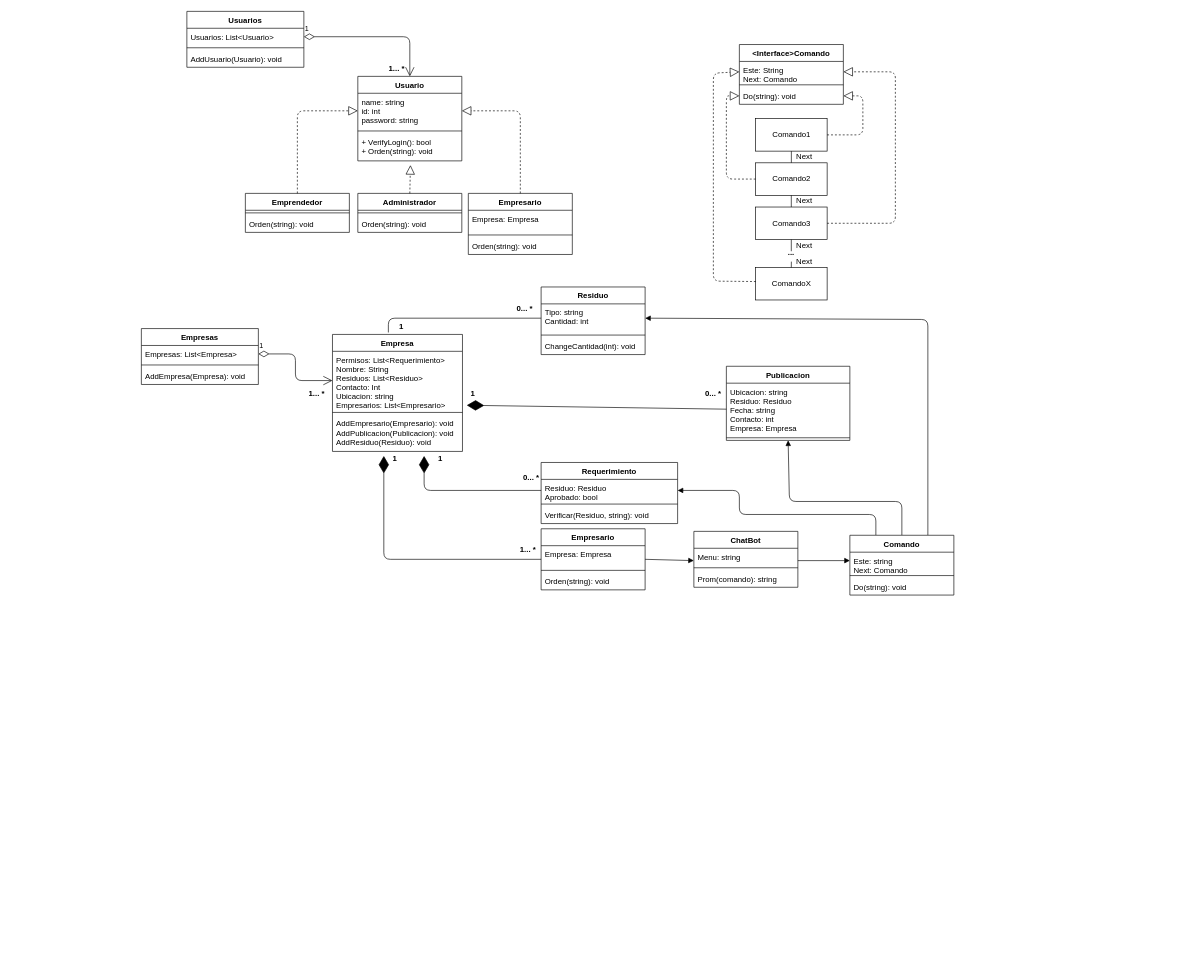
This is docs/Diagrama_UML.drawio from SanFerri/Proyecto-Programacion-II, a draw.io file, before an edit. Source tidied: cells renumbered, new cells numbered last; positions are measured from the earlier drawing's top-left corner, leaving out a move shared by most shapes. Both pictures are drawn from the tidied source at 65%, with x=0, y=0 at pixel (141, 11).
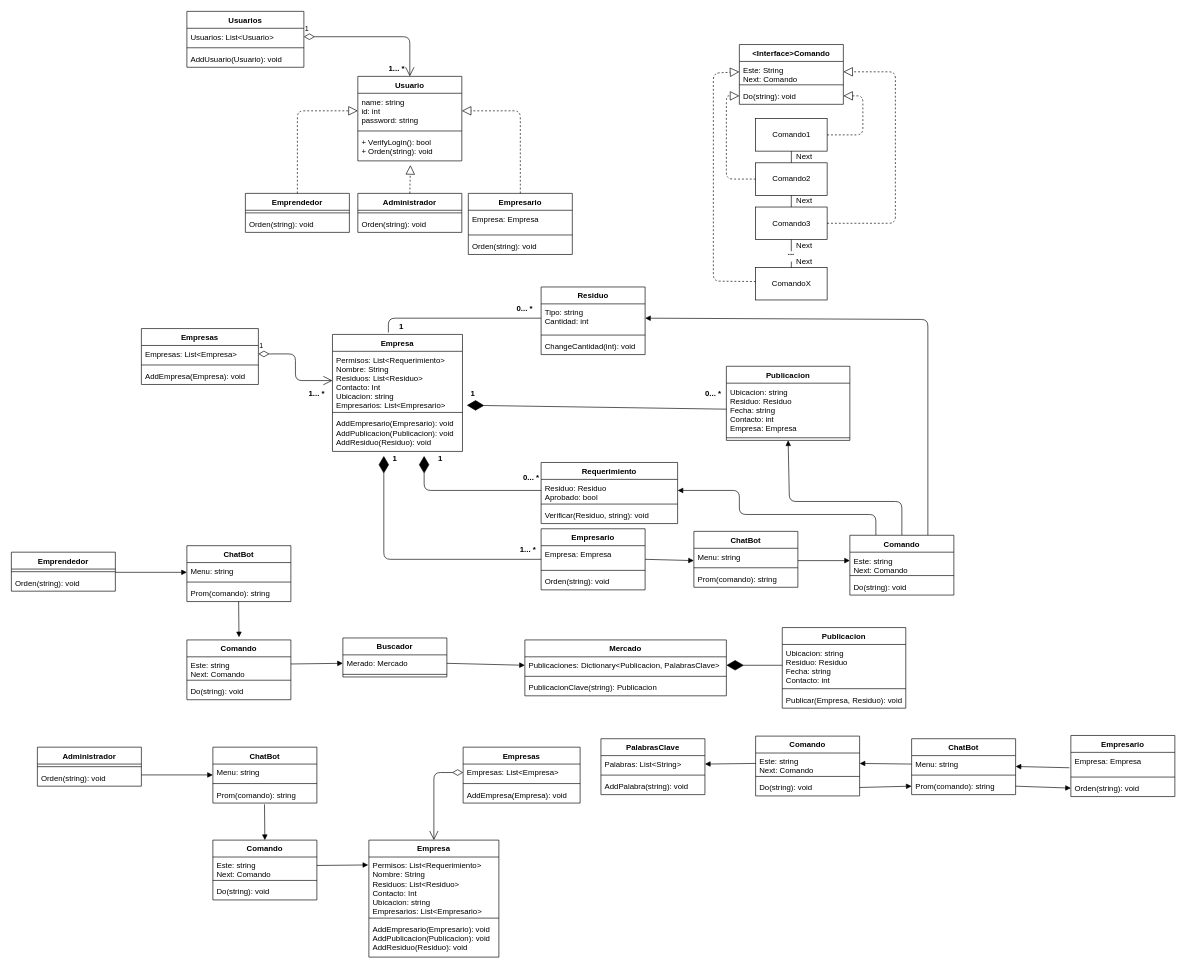
The same page after the edit.

Commit message:
Parte 2 diagrama

What changed in the source:
```diff
@@
+    <mxCell id="96" value="PalabrasClave" style="swimlane;fontStyle=1;align=center;verticalAlign=top;horizontal=1;startSize=26;" parent="1" vertex="1">
+      <mxGeometry x="707" y="1119" width="160" height="86" as="geometry" />
+    </mxCell>
+    <mxCell id="97" value="Palabras: List&lt;String&gt;" style="text;strokeColor=none;fillColor=none;align=left;verticalAlign=top;spacingLeft=4;spacingRight=4;overflow=hidden;points=[[0,0.5],[1,0.5]];portConstraint=eastwest;" parent="96" vertex="1">
+      <mxGeometry y="26" width="160" height="26" as="geometry" />
+    </mxCell>
+    <mxCell id="98" style="line;strokeWidth=1;fillColor=none;align=left;verticalAlign=middle;spacingTop=-1;spacingLeft=3;spacingRight=3;labelPosition=right;" parent="96" vertex="1">
+      <mxGeometry y="52" width="160" height="8" as="geometry" />
+    </mxCell>
+    <mxCell id="99" value="AddPalabra(string): void" style="text;strokeColor=none;fillColor=none;align=left;verticalAlign=top;spacingLeft=4;spacingRight=4;overflow=hidden;" parent="96" vertex="1">
+      <mxGeometry y="60" width="160" height="26" as="geometry" />
+    </mxCell>
+    <mxCell id="100" value="ChatBot" style="swimlane;fontStyle=1;align=center;verticalAlign=top;horizontal=1;startSize=26;" parent="1" vertex="1">
+      <mxGeometry x="1185" y="1119" width="160" height="86" as="geometry" />
+    </mxCell>
+    <mxCell id="101" value="Menu: string" style="text;strokeColor=none;fillColor=none;align=left;verticalAlign=top;spacingLeft=4;spacingRight=4;overflow=hidden;points=[[0,0.5],[1,0.5]];portConstraint=eastwest;" parent="100" vertex="1">
+      <mxGeometry y="26" width="160" height="26" as="geometry" />
+    </mxCell>
+    <mxCell id="102" style="line;strokeWidth=1;fillColor=none;align=left;verticalAlign=middle;spacingTop=-1;spacingLeft=3;spacingRight=3;labelPosition=right;" parent="100" vertex="1">
+      <mxGeometry y="52" width="160" height="8" as="geometry" />
+    </mxCell>
+    <mxCell id="103" value="Prom(comando): string" style="text;strokeColor=none;fillColor=none;align=left;verticalAlign=top;spacingLeft=4;spacingRight=4;overflow=hidden;points=[[0,0.5],[1,0.5]];portConstraint=eastwest;" parent="100" vertex="1">
+      <mxGeometry y="60" width="160" height="26" as="geometry" />
+    </mxCell>
+    <mxCell id="104" value="Comando" style="swimlane;fontStyle=1;align=center;verticalAlign=top;horizontal=1;startSize=26;" parent="1" vertex="1">
+      <mxGeometry x="945" y="1115" width="160" height="92" as="geometry" />
+    </mxCell>
+    <mxCell id="105" value="Este: string&#10;Next: Comando" style="text;strokeColor=none;fillColor=none;align=left;verticalAlign=top;spacingLeft=4;spacingRight=4;overflow=hidden;points=[[0,0.5],[1,0.5]];portConstraint=eastwest;" parent="104" vertex="1">
+      <mxGeometry y="26" width="160" height="32" as="geometry" />
+    </mxCell>
+    <mxCell id="106" style="line;strokeWidth=1;fillColor=none;align=left;verticalAlign=middle;spacingTop=-1;spacingLeft=3;spacingRight=3;labelPosition=right;" parent="104" vertex="1">
+      <mxGeometry y="58" width="160" height="8" as="geometry" />
+    </mxCell>
+    <mxCell id="107" value="Do(string): void" style="text;strokeColor=none;fillColor=none;align=left;verticalAlign=top;spacingLeft=4;spacingRight=4;overflow=hidden;points=[[0,0.5],[1,0.5]];portConstraint=eastwest;" parent="104" vertex="1">
+      <mxGeometry y="66" width="160" height="26" as="geometry" />
+    </mxCell>
+    <mxCell id="108" style="html=1;verticalAlign=bottom;endArrow=block;entryX=1;entryY=0.5;entryDx=0;entryDy=0;exitX=0;exitY=0.5;exitDx=0;exitDy=0;" parent="1" edge="1" source="105" target="97">
+      <mxGeometry relative="1" as="geometry" />
+    </mxCell>
+    <mxCell id="109" style="html=1;verticalAlign=bottom;endArrow=block;entryX=1;entryY=0.5;entryDx=0;entryDy=0;exitX=-0.014;exitY=0.696;exitDx=0;exitDy=0;exitPerimeter=0;" parent="1" edge="1" source="113">
+      <mxGeometry x="-0.07" y="23" relative="1" as="geometry">
+        <mxPoint x="1345" y="1161.7" as="targetPoint" />
+      </mxGeometry>
+    </mxCell>
+    <mxCell id="110" style="html=1;verticalAlign=bottom;endArrow=block;entryX=1;entryY=0.5;entryDx=0;entryDy=0;exitX=0;exitY=0.5;exitDx=0;exitDy=0;" parent="1" edge="1" source="101" target="105">
+      <mxGeometry relative="1" as="geometry" />
+    </mxCell>
+    <mxCell id="111" style="html=1;verticalAlign=bottom;endArrow=block;exitX=1;exitY=0.5;exitDx=0;exitDy=0;entryX=0;entryY=0.5;entryDx=0;entryDy=0;" parent="1" edge="1" source="107" target="103">
+      <mxGeometry relative="1" as="geometry" />
+    </mxCell>
+    <mxCell id="112" value="Empresario" style="swimlane;fontStyle=1;align=center;verticalAlign=top;horizontal=1;startSize=26;" parent="1" vertex="1">
+      <mxGeometry x="1430" y="1114" width="160" height="94" as="geometry" />
+    </mxCell>
+    <mxCell id="113" value="Empresa: Empresa" style="text;strokeColor=none;fillColor=none;align=left;verticalAlign=top;spacingLeft=4;spacingRight=4;overflow=hidden;points=[[0,0.5],[1,0.5]];portConstraint=eastwest;" parent="112" vertex="1">
+      <mxGeometry y="26" width="160" height="34" as="geometry" />
+    </mxCell>
+    <mxCell id="114" style="line;strokeWidth=1;fillColor=none;align=left;verticalAlign=middle;spacingTop=-1;spacingLeft=3;spacingRight=3;labelPosition=right;" parent="112" vertex="1">
+      <mxGeometry y="60" width="160" height="8" as="geometry" />
+    </mxCell>
+    <mxCell id="115" value="Orden(string): void" style="text;strokeColor=none;fillColor=none;align=left;verticalAlign=top;spacingLeft=4;spacingRight=4;overflow=hidden;points=[[0,0.5],[1,0.5]];portConstraint=eastwest;" parent="112" vertex="1">
+      <mxGeometry y="68" width="160" height="26" as="geometry" />
+    </mxCell>
+    <mxCell id="116" value="Administrador" style="swimlane;fontStyle=1;align=center;verticalAlign=top;horizontal=1;startSize=26;" parent="1" vertex="1">
+      <mxGeometry x="-160" y="1132" width="160" height="60" as="geometry" />
+    </mxCell>
+    <mxCell id="117" style="line;strokeWidth=1;fillColor=none;align=left;verticalAlign=middle;spacingTop=-1;spacingLeft=3;spacingRight=3;labelPosition=right;" parent="116" vertex="1">
+      <mxGeometry y="26" width="160" height="8" as="geometry" />
+    </mxCell>
+    <mxCell id="118" value="Orden(string): void" style="text;strokeColor=none;fillColor=none;align=left;verticalAlign=top;spacingLeft=4;spacingRight=4;overflow=hidden;" parent="116" vertex="1">
+      <mxGeometry y="34" width="160" height="26" as="geometry" />
+    </mxCell>
+    <mxCell id="119" style="html=1;verticalAlign=bottom;endArrow=block;entryX=0.5;entryY=0;entryDx=0;entryDy=0;exitX=0.496;exitY=1.077;exitDx=0;exitDy=0;exitPerimeter=0;" parent="1" edge="1">
+      <mxGeometry relative="1" as="geometry">
+        <mxPoint x="189.4" y="1220" as="sourcePoint" />
+        <mxPoint x="190" y="1275" as="targetPoint" />
+      </mxGeometry>
+    </mxCell>
+    <mxCell id="120" style="html=1;verticalAlign=bottom;endArrow=block;entryX=0;entryY=0.5;entryDx=0;entryDy=0;exitX=1;exitY=0.5;exitDx=0;exitDy=0;" parent="1" edge="1" source="103" target="115">
+      <mxGeometry x="-0.07" y="23" relative="1" as="geometry" />
+    </mxCell>
+    <mxCell id="121" style="html=1;verticalAlign=bottom;endArrow=block;exitX=1;exitY=0.5;exitDx=0;exitDy=0;entryX=0;entryY=0.5;entryDx=0;entryDy=0;" parent="1" edge="1">
+      <mxGeometry relative="1" as="geometry">
+        <mxPoint y="1174.7" as="sourcePoint" />
+        <mxPoint x="110" y="1174.7" as="targetPoint" />
+      </mxGeometry>
+    </mxCell>
+    <mxCell id="122" value="Empresa" style="swimlane;fontStyle=1;align=center;verticalAlign=top;horizontal=1;startSize=26;" parent="1" vertex="1">
+      <mxGeometry x="350" y="1275" width="200" height="180" as="geometry" />
+    </mxCell>
+    <mxCell id="123" value="Permisos: List&lt;Requerimiento&gt;&#10;Nombre: String&#10;Residuos: List&lt;Residuo&gt;&#10;Contacto: Int&#10;Ubicacion: string&#10;Empresarios: List&lt;Empresario&gt;" style="text;strokeColor=none;fillColor=none;align=left;verticalAlign=top;spacingLeft=4;spacingRight=4;overflow=hidden;" parent="122" vertex="1">
+      <mxGeometry y="26" width="200" height="90" as="geometry" />
+    </mxCell>
+    <mxCell id="124" style="line;strokeWidth=1;fillColor=none;align=left;verticalAlign=middle;spacingTop=-1;spacingLeft=3;spacingRight=3;labelPosition=right;" parent="122" vertex="1">
+      <mxGeometry y="116" width="200" height="8" as="geometry" />
+    </mxCell>
+    <mxCell id="125" value="AddEmpresario(Empresario): void&#10;AddPublicacion(Publicacion): void&#10;AddResiduo(Residuo): void" style="text;strokeColor=none;fillColor=none;align=left;verticalAlign=top;spacingLeft=4;spacingRight=4;overflow=hidden;" parent="122" vertex="1">
+      <mxGeometry y="124" width="200" height="56" as="geometry" />
+    </mxCell>
+    <mxCell id="126" style="html=1;verticalAlign=bottom;endArrow=block;exitX=1;exitY=0.5;exitDx=0;exitDy=0;" parent="1" edge="1">
+      <mxGeometry relative="1" as="geometry">
+        <mxPoint x="270" y="1314" as="sourcePoint" />
+        <mxPoint x="349" y="1313.2" as="targetPoint" />
+      </mxGeometry>
+    </mxCell>
+    <mxCell id="127" value="Empresas" style="swimlane;fontStyle=1;align=center;verticalAlign=top;horizontal=1;startSize=26;" parent="1" vertex="1">
+      <mxGeometry x="495" y="1132" width="180" height="86" as="geometry" />
+    </mxCell>
+    <mxCell id="128" value="Empresas: List&lt;Empresa&gt;" style="text;strokeColor=none;fillColor=none;align=left;verticalAlign=top;spacingLeft=4;spacingRight=4;overflow=hidden;points=[[0,0.5],[1,0.5]];portConstraint=eastwest;" parent="127" vertex="1">
+      <mxGeometry y="26" width="180" height="26" as="geometry" />
+    </mxCell>
+    <mxCell id="129" style="line;strokeWidth=1;fillColor=none;align=left;verticalAlign=middle;spacingTop=-1;spacingLeft=3;spacingRight=3;labelPosition=right;" parent="127" vertex="1">
+      <mxGeometry y="52" width="180" height="8" as="geometry" />
+    </mxCell>
+    <mxCell id="130" value="AddEmpresa(Empresa): void" style="text;strokeColor=none;fillColor=none;align=left;verticalAlign=top;spacingLeft=4;spacingRight=4;overflow=hidden;" parent="127" vertex="1">
+      <mxGeometry y="60" width="180" height="26" as="geometry" />
+    </mxCell>
+    <mxCell id="131" value="Comando" style="swimlane;fontStyle=1;align=center;verticalAlign=top;horizontal=1;startSize=26;" parent="1" vertex="1">
+      <mxGeometry x="110" y="1275" width="160" height="92" as="geometry" />
+    </mxCell>
+    <mxCell id="132" value="Este: string&#10;Next: Comando" style="text;strokeColor=none;fillColor=none;align=left;verticalAlign=top;spacingLeft=4;spacingRight=4;overflow=hidden;" parent="131" vertex="1">
+      <mxGeometry y="26" width="160" height="32" as="geometry" />
+    </mxCell>
+    <mxCell id="133" style="line;strokeWidth=1;fillColor=none;align=left;verticalAlign=middle;spacingTop=-1;spacingLeft=3;spacingRight=3;labelPosition=right;" parent="131" vertex="1">
+      <mxGeometry y="58" width="160" height="8" as="geometry" />
+    </mxCell>
+    <mxCell id="134" value="Do(string): void" style="text;strokeColor=none;fillColor=none;align=left;verticalAlign=top;spacingLeft=4;spacingRight=4;overflow=hidden;" parent="131" vertex="1">
+      <mxGeometry y="66" width="160" height="26" as="geometry" />
+    </mxCell>
+    <mxCell id="135" value="ChatBot" style="swimlane;fontStyle=1;align=center;verticalAlign=top;horizontal=1;startSize=26;" parent="1" vertex="1">
+      <mxGeometry x="110" y="1132" width="160" height="86" as="geometry" />
+    </mxCell>
+    <mxCell id="136" value="Menu: string" style="text;strokeColor=none;fillColor=none;align=left;verticalAlign=top;spacingLeft=4;spacingRight=4;overflow=hidden;" parent="135" vertex="1">
+      <mxGeometry y="26" width="160" height="26" as="geometry" />
+    </mxCell>
+    <mxCell id="137" style="line;strokeWidth=1;fillColor=none;align=left;verticalAlign=middle;spacingTop=-1;spacingLeft=3;spacingRight=3;labelPosition=right;" parent="135" vertex="1">
+      <mxGeometry y="52" width="160" height="8" as="geometry" />
+    </mxCell>
+    <mxCell id="138" value="Prom(comando): string" style="text;strokeColor=none;fillColor=none;align=left;verticalAlign=top;spacingLeft=4;spacingRight=4;overflow=hidden;" parent="135" vertex="1">
+      <mxGeometry y="60" width="160" height="26" as="geometry" />
+    </mxCell>
+    <mxCell id="139" style="endArrow=open;html=1;endSize=12;startArrow=diamondThin;startSize=14;startFill=0;edgeStyle=orthogonalEdgeStyle;align=left;verticalAlign=bottom;entryX=0.5;entryY=0;entryDx=0;entryDy=0;exitX=0;exitY=0.5;exitDx=0;exitDy=0;" parent="1" edge="1" source="128" target="122">
+      <mxGeometry x="-0.8" y="-16" relative="1" as="geometry" />
+    </mxCell>
+    <mxCell id="140" style="html=1;verticalAlign=bottom;endArrow=block;entryX=0;entryY=0.5;entryDx=0;entryDy=0;" parent="1" edge="1" target="142">
+      <mxGeometry relative="1" as="geometry">
+        <mxPoint x="230" y="1004" as="sourcePoint" />
+      </mxGeometry>
+    </mxCell>
+    <mxCell id="141" value="Buscador" style="swimlane;fontStyle=1;align=center;verticalAlign=top;horizontal=1;startSize=26;" parent="1" vertex="1">
+      <mxGeometry x="310" y="964" width="160" height="60" as="geometry" />
+    </mxCell>
+    <mxCell id="142" value="Merado: Mercado" style="text;strokeColor=none;fillColor=none;align=left;verticalAlign=top;spacingLeft=4;spacingRight=4;overflow=hidden;points=[[0,0.5],[1,0.5]];portConstraint=eastwest;" parent="141" vertex="1">
+      <mxGeometry y="26" width="160" height="26" as="geometry" />
+    </mxCell>
+    <mxCell id="143" style="line;strokeWidth=1;fillColor=none;align=left;verticalAlign=middle;spacingTop=-1;spacingLeft=3;spacingRight=3;labelPosition=right;" parent="141" vertex="1">
+      <mxGeometry y="52" width="160" height="8" as="geometry" />
+    </mxCell>
+    <mxCell id="144" value="Mercado" style="swimlane;fontStyle=1;align=center;verticalAlign=top;horizontal=1;startSize=26;" parent="1" vertex="1">
+      <mxGeometry x="590" y="967" width="310" height="86" as="geometry" />
+    </mxCell>
+    <mxCell id="145" value="Publicaciones: Dictionary&lt;Publicacion, PalabrasClave&gt;" style="text;strokeColor=none;fillColor=none;align=left;verticalAlign=top;spacingLeft=4;spacingRight=4;overflow=hidden;points=[[0,0.5],[1,0.5]];portConstraint=eastwest;" parent="144" vertex="1">
+      <mxGeometry y="26" width="310" height="26" as="geometry" />
+    </mxCell>
+    <mxCell id="146" style="line;strokeWidth=1;fillColor=none;align=left;verticalAlign=middle;spacingTop=-1;spacingLeft=3;spacingRight=3;labelPosition=right;" parent="144" vertex="1">
+      <mxGeometry y="52" width="310" height="8" as="geometry" />
+    </mxCell>
+    <mxCell id="147" value="PublicacionClave(string): Publicacion" style="text;strokeColor=none;fillColor=none;align=left;verticalAlign=top;spacingLeft=4;spacingRight=4;overflow=hidden;" parent="144" vertex="1">
+      <mxGeometry y="60" width="310" height="26" as="geometry" />
+    </mxCell>
+    <mxCell id="148" style="html=1;verticalAlign=bottom;endArrow=block;entryX=0;entryY=0.5;entryDx=0;entryDy=0;exitX=1;exitY=0.5;exitDx=0;exitDy=0;" parent="1" edge="1" source="142" target="145">
+      <mxGeometry x="-0.08" y="17" relative="1" as="geometry" />
+    </mxCell>
+    <mxCell id="149" value="Publicacion" style="swimlane;fontStyle=1;align=center;verticalAlign=top;horizontal=1;startSize=26;" parent="1" vertex="1">
+      <mxGeometry x="986" y="948" width="190" height="124" as="geometry" />
+    </mxCell>
+    <mxCell id="150" value="Ubicacion: string&#10;Residuo: Residuo&#10;Fecha: string&#10;Contacto: int" style="text;strokeColor=none;fillColor=none;align=left;verticalAlign=top;spacingLeft=4;spacingRight=4;overflow=hidden;points=[[0,0.5],[1,0.5]];portConstraint=eastwest;" parent="149" vertex="1">
+      <mxGeometry y="26" width="190" height="64" as="geometry" />
+    </mxCell>
+    <mxCell id="151" style="line;strokeWidth=1;fillColor=none;align=left;verticalAlign=middle;spacingTop=-1;spacingLeft=3;spacingRight=3;labelPosition=right;" parent="149" vertex="1">
+      <mxGeometry y="90" width="190" height="8" as="geometry" />
+    </mxCell>
+    <mxCell id="152" value="Publicar(Empresa, Residuo): void" style="text;strokeColor=none;fillColor=none;align=left;verticalAlign=top;spacingLeft=4;spacingRight=4;overflow=hidden;" parent="149" vertex="1">
+      <mxGeometry y="98" width="190" height="26" as="geometry" />
+    </mxCell>
+    <mxCell id="153" style="endArrow=diamondThin;endFill=1;endSize=24;html=1;entryX=1;entryY=0.5;entryDx=0;entryDy=0;" parent="1" edge="1" source="150" target="145">
+      <mxGeometry relative="1" as="geometry" />
+    </mxCell>
+    <mxCell id="154" value="Comando" style="swimlane;fontStyle=1;align=center;verticalAlign=top;horizontal=1;startSize=26;" parent="1" vertex="1">
+      <mxGeometry x="70" y="967" width="160" height="92" as="geometry" />
+    </mxCell>
+    <mxCell id="155" value="Este: string&#10;Next: Comando" style="text;strokeColor=none;fillColor=none;align=left;verticalAlign=top;spacingLeft=4;spacingRight=4;overflow=hidden;" parent="154" vertex="1">
+      <mxGeometry y="26" width="160" height="32" as="geometry" />
+    </mxCell>
+    <mxCell id="156" style="line;strokeWidth=1;fillColor=none;align=left;verticalAlign=middle;spacingTop=-1;spacingLeft=3;spacingRight=3;labelPosition=right;" parent="154" vertex="1">
+      <mxGeometry y="58" width="160" height="8" as="geometry" />
+    </mxCell>
+    <mxCell id="157" value="Do(string): void" style="text;strokeColor=none;fillColor=none;align=left;verticalAlign=top;spacingLeft=4;spacingRight=4;overflow=hidden;" parent="154" vertex="1">
+      <mxGeometry y="66" width="160" height="26" as="geometry" />
+    </mxCell>
+    <mxCell id="158" style="html=1;verticalAlign=bottom;endArrow=block;exitX=1;exitY=0.5;exitDx=0;exitDy=0;entryX=0;entryY=0.5;entryDx=0;entryDy=0;" parent="1" edge="1">
+      <mxGeometry relative="1" as="geometry">
+        <mxPoint x="-40" y="863" as="sourcePoint" />
+        <mxPoint x="70" y="863" as="targetPoint" />
+      </mxGeometry>
+    </mxCell>
+    <mxCell id="159" value="Emprendedor" style="swimlane;fontStyle=1;align=center;verticalAlign=top;horizontal=1;startSize=26;" parent="1" vertex="1">
+      <mxGeometry x="-200" y="832" width="160" height="60" as="geometry" />
+    </mxCell>
+    <mxCell id="160" style="line;strokeWidth=1;fillColor=none;align=left;verticalAlign=middle;spacingTop=-1;spacingLeft=3;spacingRight=3;labelPosition=right;" parent="159" vertex="1">
+      <mxGeometry y="26" width="160" height="8" as="geometry" />
+    </mxCell>
+    <mxCell id="161" value="Orden(string): void" style="text;strokeColor=none;fillColor=none;align=left;verticalAlign=top;spacingLeft=4;spacingRight=4;overflow=hidden;" parent="159" vertex="1">
+      <mxGeometry y="34" width="160" height="26" as="geometry" />
+    </mxCell>
+    <mxCell id="162" value="ChatBot" style="swimlane;fontStyle=1;align=center;verticalAlign=top;horizontal=1;startSize=26;" parent="1" vertex="1">
+      <mxGeometry x="70" y="822" width="160" height="86" as="geometry" />
+    </mxCell>
+    <mxCell id="163" value="Menu: string" style="text;strokeColor=none;fillColor=none;align=left;verticalAlign=top;spacingLeft=4;spacingRight=4;overflow=hidden;" parent="162" vertex="1">
+      <mxGeometry y="26" width="160" height="26" as="geometry" />
+    </mxCell>
+    <mxCell id="164" style="line;strokeWidth=1;fillColor=none;align=left;verticalAlign=middle;spacingTop=-1;spacingLeft=3;spacingRight=3;labelPosition=right;" parent="162" vertex="1">
+      <mxGeometry y="52" width="160" height="8" as="geometry" />
+    </mxCell>
+    <mxCell id="165" value="Prom(comando): string" style="text;strokeColor=none;fillColor=none;align=left;verticalAlign=top;spacingLeft=4;spacingRight=4;overflow=hidden;" parent="162" vertex="1">
+      <mxGeometry y="60" width="160" height="26" as="geometry" />
+    </mxCell>
+    <mxCell id="166" style="html=1;verticalAlign=bottom;endArrow=block;entryX=0.5;entryY=0;entryDx=0;entryDy=0;exitX=0.496;exitY=1.077;exitDx=0;exitDy=0;exitPerimeter=0;" parent="1" edge="1">
+      <mxGeometry relative="1" as="geometry">
+        <mxPoint x="149.6" y="908" as="sourcePoint" />
+        <mxPoint x="150.2" y="963" as="targetPoint" />
+      </mxGeometry>
+    </mxCell>
```
